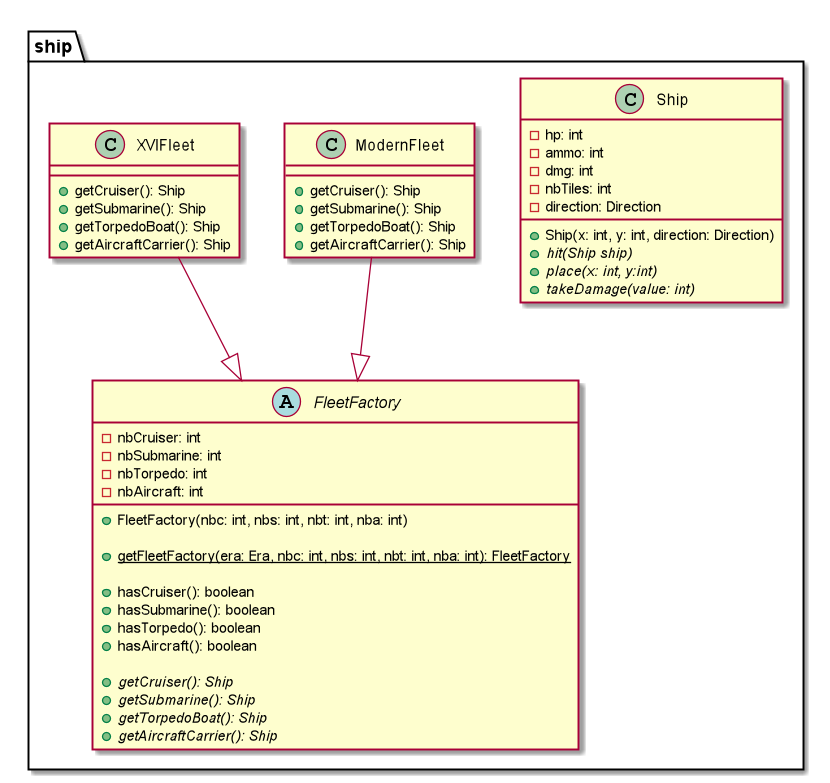
Above: doc/conception/image/class/bateau.png in Reynault/ShipShop (PlantUML), before the change.
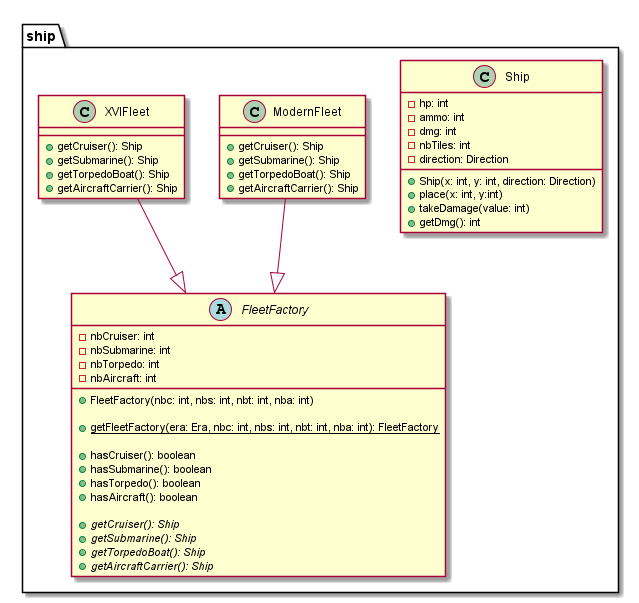
Later version of the same file.

Change to the diagram source:
```diff
@@ -9,9 +9,9 @@
         - nbTiles: int
         - direction: Direction
         + Ship(x: int, y: int, direction: Direction)
-        + {abstract} hit(Ship ship)
-        + {abstract} place(x: int, y:int)
-        + {abstract} takeDamage(value: int)
+        + place(x: int, y:int)
+        + takeDamage(value: int)
+        + getDmg(): int
     }
 
 
```
